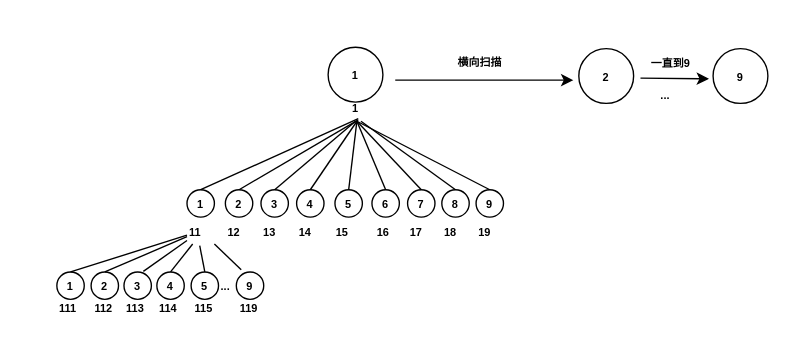
Above: 20190920findKthNumber.drawio in lxfriday/files-store (draw.io), before the change. Source tidied: cells renumbered, new cells numbered last; positions are measured from the earlier drawing's top-left corner, leaving out a move shared by most shapes. Both pictures are drawn from the tidied source at 137%, with x=0, y=0 at pixel (56, 47).
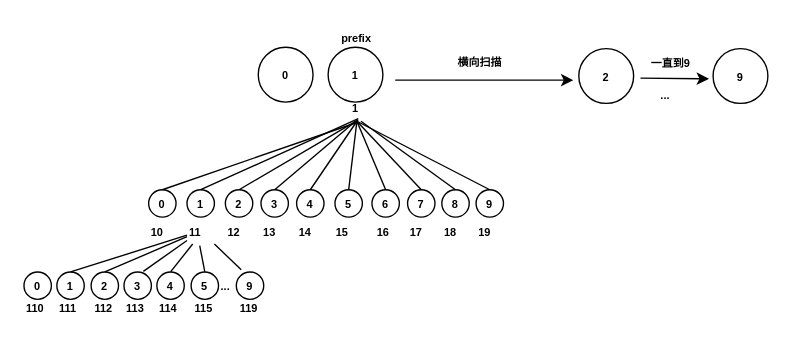
After the change.

Unchanged cells that the change refers to:
```xml
<mxCell id="56" value="&lt;b&gt;&lt;font style=&quot;font-size: 8px&quot;&gt;1&lt;/font&gt;&lt;/b&gt;" style="text;html=1;points=[];align=left;verticalAlign=top;spacingTop=-4;" parent="1" vertex="1">
  <mxGeometry x="214" y="34" width="20" height="20" as="geometry" />
</mxCell>
```

Change to the diagram source:
```diff
@@
+    <mxCell id="57" value="&lt;b&gt;&lt;font style=&quot;font-size: 8px&quot;&gt;prefix&lt;/font&gt;&lt;/b&gt;" style="text;html=1;align=left;verticalAlign=top;spacingTop=-4;" parent="1" vertex="1">
+      <mxGeometry x="206" y="-17" width="40" height="20" as="geometry" />
+    </mxCell>
+    <mxCell id="58" value="&lt;b&gt;&lt;font style=&quot;font-size: 8px&quot;&gt;0&lt;/font&gt;&lt;/b&gt;" style="ellipse;whiteSpace=wrap;html=1;align=center;" parent="1" vertex="1">
+      <mxGeometry x="147" width="40" height="40" as="geometry" />
+    </mxCell>
+    <mxCell id="59" value="&lt;b&gt;&lt;font style=&quot;font-size: 8px&quot;&gt;0&lt;/font&gt;&lt;/b&gt;" style="ellipse;whiteSpace=wrap;html=1;align=center;" parent="1" vertex="1">
+      <mxGeometry x="67" y="104" width="20" height="20" as="geometry" />
+    </mxCell>
+    <mxCell id="60" value="&lt;b&gt;&lt;font style=&quot;font-size: 8px&quot;&gt;10&lt;/font&gt;&lt;/b&gt;" style="text;html=1;align=left;verticalAlign=top;spacingTop=-4;" parent="1" vertex="1">
+      <mxGeometry x="67" y="124" width="20" height="20" as="geometry" />
+    </mxCell>
+    <mxCell id="61" style="endArrow=none;html=1;exitX=0.5;exitY=0;exitDx=0;exitDy=0;entryX=0.2;entryY=1.064;entryDx=0;entryDy=0;entryPerimeter=0;" parent="1" edge="1" source="59" target="56">
+      <mxGeometry relative="1" as="geometry" />
+    </mxCell>
+    <mxCell id="62" value="&lt;b&gt;&lt;font style=&quot;font-size: 8px&quot;&gt;0&lt;/font&gt;&lt;/b&gt;" style="ellipse;whiteSpace=wrap;html=1;align=center;" parent="1" vertex="1">
+      <mxGeometry x="-24" y="164" width="20" height="20" as="geometry" />
+    </mxCell>
+    <mxCell id="63" value="&lt;b&gt;&lt;font style=&quot;font-size: 8px&quot;&gt;110&lt;/font&gt;&lt;/b&gt;" style="text;html=1;align=left;verticalAlign=top;spacingTop=-4;" parent="1" vertex="1">
+      <mxGeometry x="-24" y="180" width="30" height="20" as="geometry" />
+    </mxCell>
```
